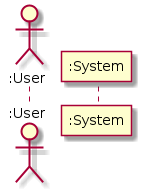
Earlier version of the PlantUML export UML/sequence/scaling.png (GRP25/CDIO_Final).
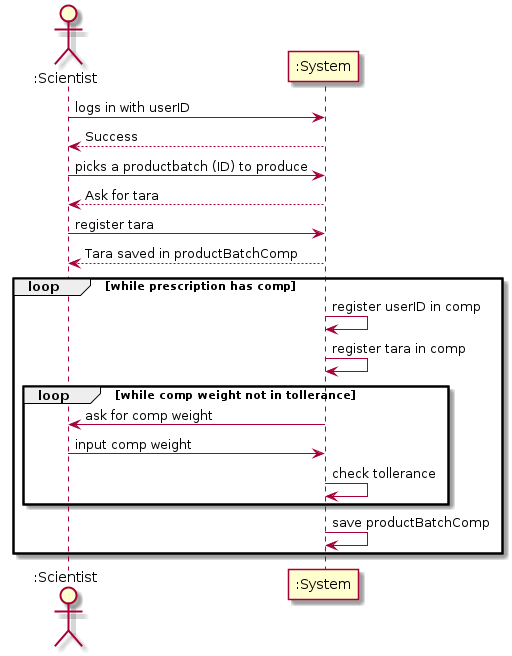
Later version of the same file.

Change to the diagram source:
```diff
@@ -1,5 +1,23 @@
 @startuml
-actor ":User" as u
+actor ":Scientist" as u
 participant ":System" as s
 
+u -> s : logs in with userID
+return Success
+u -> s : picks a productbatch (ID) to produce
+return Ask for tara
+u -> s : register tara
+return Tara saved in productBatchComp
+loop while prescription has comp
+    s -> s : register userID in comp
+    s -> s : register tara in comp
+    loop while comp weight not in tollerance
+        s -> u : ask for comp weight
+        u -> s : input comp weight
+        s -> s : check tollerance
+    end loop
+    s -> s : save productBatchComp
+end loop
+
+
 @enduml
```
